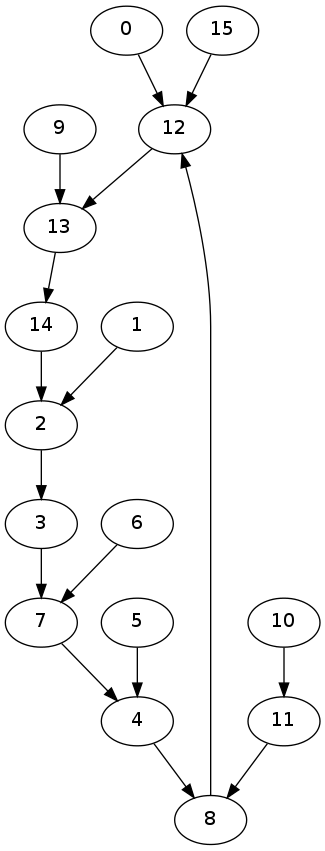
This is lab4 - Reinforcement Learning/policyIter.png from jzeeck/machineLearning, a Graphviz export, as it was before one commit. Its source is kept beside it as lab4 - Reinforcement Learning/policyIter.dot.
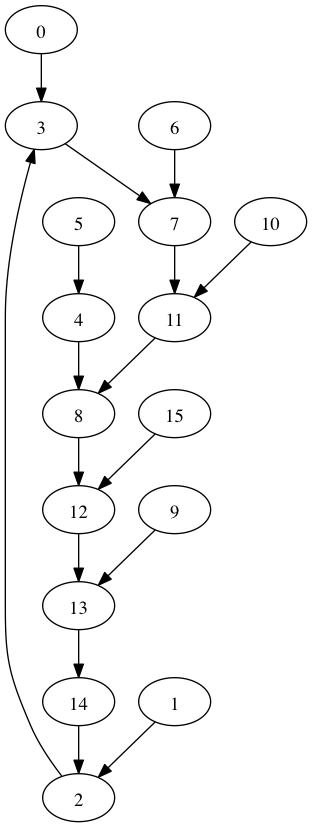
After the change.

What changed in the source:
```diff
@@ -1,12 +1,12 @@
 digraph policyIter {
-	0 -> 12;
+	0 -> 3;
 	1 -> 2;
 	2 -> 3;
 	3 -> 7;
 	4 -> 8;
 	5 -> 4;
 	6 -> 7;
-	7 -> 4;
+	7 -> 11;
 	8 -> 12;
 	9 -> 13;
 	10 -> 11;
```
